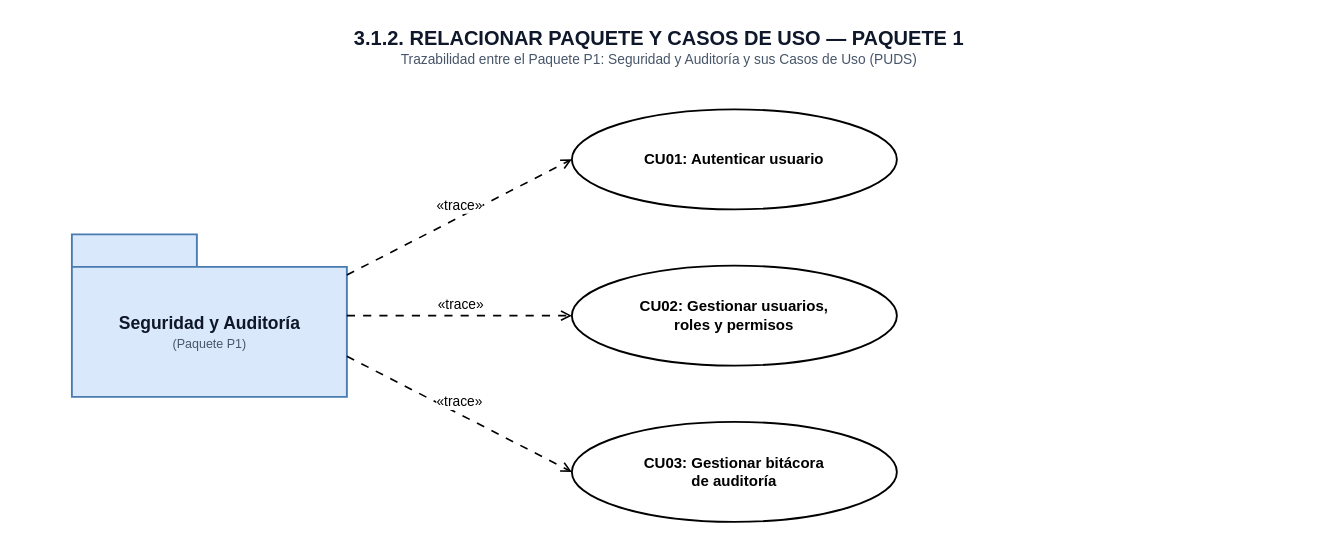
RSofi12/clinica-SI1 keeps this draw.io diagram as page "P1 - Seguridad y Auditoría" (1 of 7) of docs/relacionar_paquetes_casos_de_uso.drawio. Above is the earlier version. Source tidied: cells renumbered, new cells numbered last; positions are measured from the earlier drawing's top-left corner, leaving out a move shared by most shapes. Both pictures are drawn from the tidied source at 125%, with x=0, y=0 at pixel (21, 21).
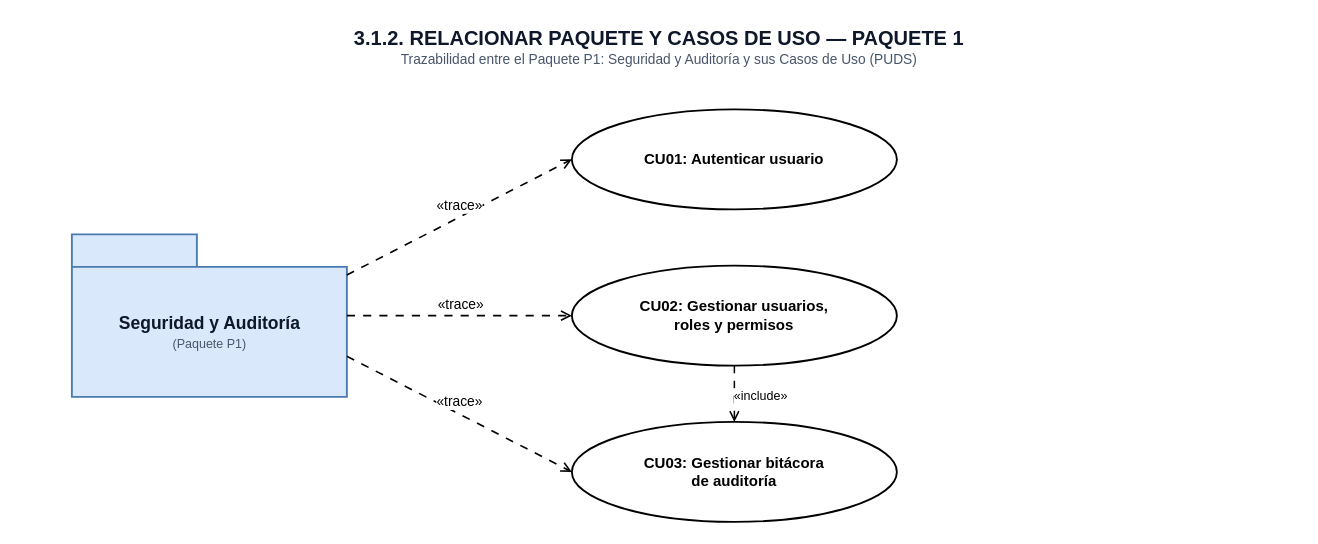
The same diagram, later.

Change to the diagram source:
```diff
@@
 <mxGraphModel background="#FFFFFF">
   <root>
     <mxCell id="0" />
     <mxCell id="1" parent="0" />
     <mxCell id="2" value="&lt;b style=&quot;font-size: 16px;&quot;&gt;3.1.2. RELACIONAR PAQUETE Y CASOS DE USO — PAQUETE 1&lt;/b&gt;&lt;br/&gt;&lt;span style=&quot;font-size: 11px; color: #475569;&quot;&gt;Trazabilidad entre el Paquete P1: Seguridad y Auditoría y sus Casos de Uso (PUDS)&lt;/span&gt;" style="text;html=1;strokeColor=none;fillColor=none;align=center;verticalAlign=middle;whiteSpace=wrap;fontFamily=Helvetica;fontColor=#0F172A;" parent="1" vertex="1">
       <mxGeometry width="1020" height="40" as="geometry" />
     </mxCell>
     <mxCell id="3" value="&lt;b style=&quot;font-size: 14px;&quot;&gt;Seguridad y Auditoría&lt;/b&gt;&lt;br/&gt;&lt;font color=&quot;#475569&quot; style=&quot;font-size: 10px; font-weight: normal;&quot;&gt;(Paquete P1)&lt;/font&gt;" style="shape=folder;tabWidth=100;tabHeight=26;tabPosition=left;html=1;boundedLbl=1;backgroundOutline=1;fillColor=#D9E8FB;strokeColor=#4A7BB0;strokeWidth=1.5;fontFamily=Helvetica;align=center;verticalAlign=middle;fontColor=#0F172A;" parent="1" vertex="1">
       <mxGeometry x="40" y="170" width="220" height="130" as="geometry" />
     </mxCell>
     <mxCell id="4" value="&lt;b&gt;CU01: Autenticar usuario&lt;/b&gt;" style="ellipse;whiteSpace=wrap;html=1;fontFamily=Helvetica;fontSize=12;fillColor=#FFFFFF;strokeColor=#000000;strokeWidth=1.5;align=center;verticalAlign=middle;fontColor=#000000;" parent="1" vertex="1">
       <mxGeometry x="440" y="70" width="260" height="80" as="geometry" />
     </mxCell>
     <mxCell id="5" value="&lt;b&gt;CU02: Gestionar usuarios,&lt;br/&gt;roles y permisos&lt;/b&gt;" style="ellipse;whiteSpace=wrap;html=1;fontFamily=Helvetica;fontSize=12;fillColor=#FFFFFF;strokeColor=#000000;strokeWidth=1.5;align=center;verticalAlign=middle;fontColor=#000000;" parent="1" vertex="1">
       <mxGeometry x="440" y="195" width="260" height="80" as="geometry" />
     </mxCell>
     <mxCell id="6" value="&lt;b&gt;CU03: Gestionar bitácora&lt;br/&gt;de auditoría&lt;/b&gt;" style="ellipse;whiteSpace=wrap;html=1;fontFamily=Helvetica;fontSize=12;fillColor=#FFFFFF;strokeColor=#000000;strokeWidth=1.5;align=center;verticalAlign=middle;fontColor=#000000;" parent="1" vertex="1">
       <mxGeometry x="440" y="320" width="260" height="80" as="geometry" />
     </mxCell>
     <mxCell id="7" style="html=1;strokeColor=#000000;strokeWidth=1.3;endArrow=open;dashed=1;dashPattern=5 5;exitX=1;exitY=0.25;entryX=0;entryY=0.5;" parent="1" edge="1" source="3" target="4">
       <mxGeometry relative="1" as="geometry" />
     </mxCell>
     <mxCell id="8" value="&amp;laquo;trace&amp;raquo;" style="edgeLabel;html=1;align=center;verticalAlign=middle;fontSize=11;fontFamily=Helvetica;fontColor=#000000;labelBackgroundColor=#FFFFFF;" parent="7" vertex="1">
       <mxGeometry relative="1" as="geometry">
         <mxPoint y="-10" as="offset" />
       </mxGeometry>
     </mxCell>
     <mxCell id="9" style="html=1;strokeColor=#000000;strokeWidth=1.3;endArrow=open;dashed=1;dashPattern=5 5;exitX=1;exitY=0.5;entryX=0;entryY=0.5;" parent="1" edge="1" source="3" target="5">
       <mxGeometry relative="1" as="geometry" />
     </mxCell>
     <mxCell id="10" value="&amp;laquo;trace&amp;raquo;" style="edgeLabel;html=1;align=center;verticalAlign=middle;fontSize=11;fontFamily=Helvetica;fontColor=#000000;labelBackgroundColor=#FFFFFF;" parent="9" vertex="1">
       <mxGeometry relative="1" as="geometry">
         <mxPoint y="-10" as="offset" />
       </mxGeometry>
     </mxCell>
     <mxCell id="11" style="html=1;strokeColor=#000000;strokeWidth=1.3;endArrow=open;dashed=1;dashPattern=5 5;exitX=1;exitY=0.75;entryX=0;entryY=0.5;" parent="1" edge="1" source="3" target="6">
       <mxGeometry relative="1" as="geometry" />
     </mxCell>
     <mxCell id="12" value="&amp;laquo;trace&amp;raquo;" style="edgeLabel;html=1;align=center;verticalAlign=middle;fontSize=11;fontFamily=Helvetica;fontColor=#000000;labelBackgroundColor=#FFFFFF;" parent="11" vertex="1">
       <mxGeometry relative="1" as="geometry">
         <mxPoint y="-10" as="offset" />
       </mxGeometry>
     </mxCell>
+    <mxCell id="13" style="html=1;strokeColor=#000000;strokeWidth=1.2;endArrow=open;dashed=1;dashPattern=5 5;exitX=0.5;exitY=1;entryX=0.5;entryY=0;" parent="1" edge="1" source="5" target="6">
+      <mxGeometry relative="1" as="geometry" />
+    </mxCell>
+    <mxCell id="14" value="&amp;laquo;include&amp;raquo;" style="edgeLabel;html=1;align=center;verticalAlign=middle;fontSize=10;fontFamily=Helvetica;fontColor=#000000;labelBackgroundColor=#FFFFFF;" parent="13" vertex="1">
+      <mxGeometry relative="1" as="geometry">
+        <mxPoint x="20" as="offset" />
+      </mxGeometry>
+    </mxCell>
   </root>
 </mxGraphModel>
```
